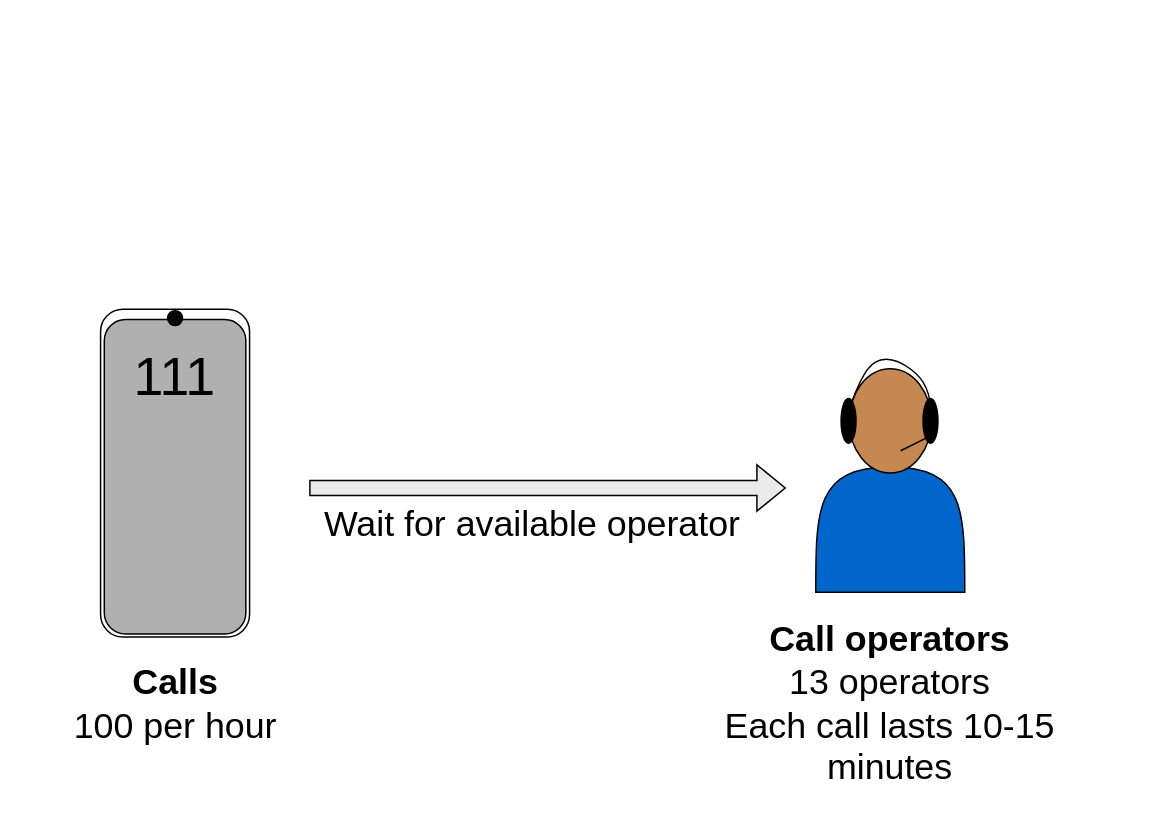
Before: img/callcentre.drawio in pythonhealthdatascience/intro-open-sim, a draw.io diagram. Source tidied: cells renumbered, new cells numbered last; positions are measured from the earlier drawing's top-left corner, leaving out a move shared by most shapes. Both pictures are drawn from the tidied source at 149%, with x=0, y=0 at pixel (25, 25).
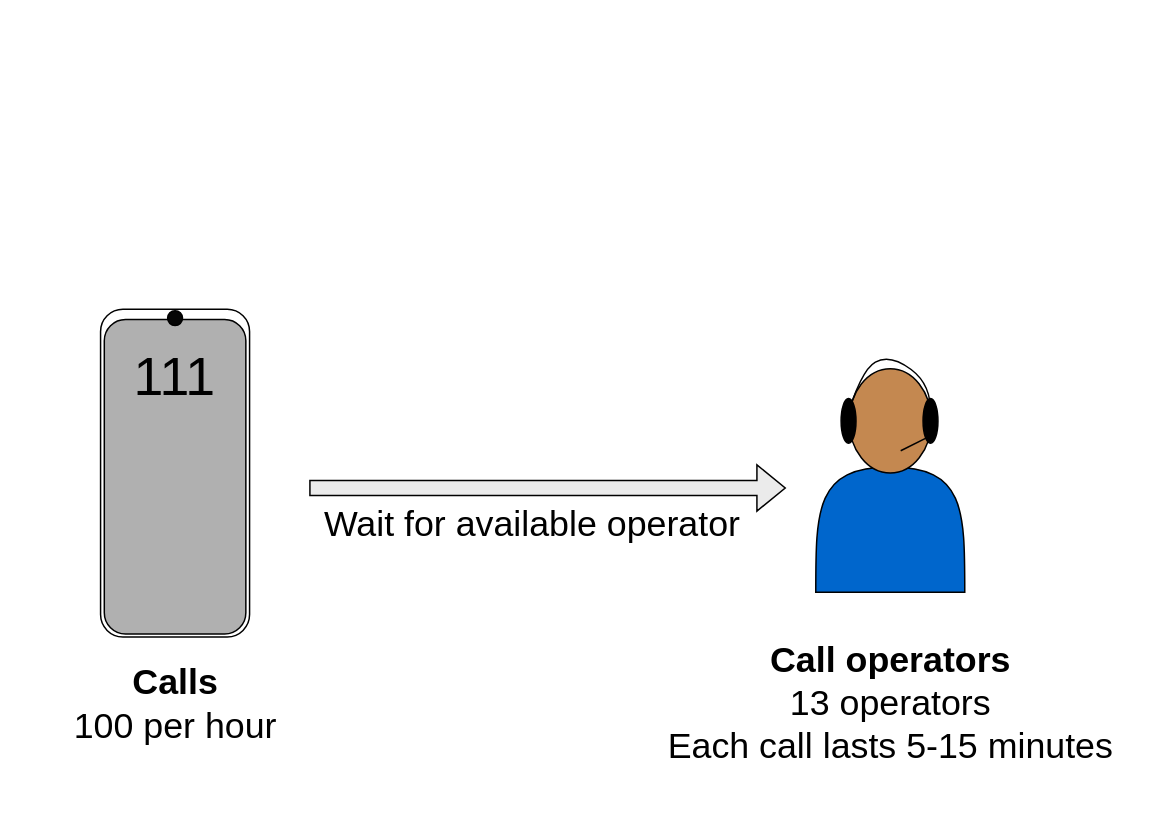
The same diagram, later.

Commit message (it also covers changes not shown here):
chore(images): :art: correct call time in diagram

What changed in the source:
```diff
@@
-    <mxCell id="17" value="&lt;span style=&quot;font-size: 24px;&quot;&gt;&lt;b&gt;Call operators&lt;/b&gt;&lt;/span&gt;&lt;div&gt;&lt;span style=&quot;font-size: 24px;&quot;&gt;13 operators&lt;/span&gt;&lt;/div&gt;&lt;div&gt;&lt;span style=&quot;font-size: 24px;&quot;&gt;Each call lasts 10-15 minutes&lt;/span&gt;&lt;/div&gt;" style="text;html=1;align=center;verticalAlign=middle;whiteSpace=wrap;rounded=0;" parent="1" vertex="1">
-      <mxGeometry x="455.1" y="440" width="249.8" height="30" as="geometry" />
+    <mxCell id="17" value="&lt;span style=&quot;font-size: 24px;&quot;&gt;&lt;b&gt;Call operators&lt;/b&gt;&lt;/span&gt;&lt;div&gt;&lt;span style=&quot;font-size: 24px;&quot;&gt;13 operators&lt;/span&gt;&lt;/div&gt;&lt;div&gt;&lt;span style=&quot;font-size: 24px;&quot;&gt;Each call lasts 5-15 minutes&lt;/span&gt;&lt;/div&gt;" style="text;html=1;align=center;verticalAlign=middle;whiteSpace=wrap;rounded=0;" parent="1" vertex="1">
+      <mxGeometry x="422.6" y="440" width="314.9" height="30" as="geometry" />
     </mxCell>
```
